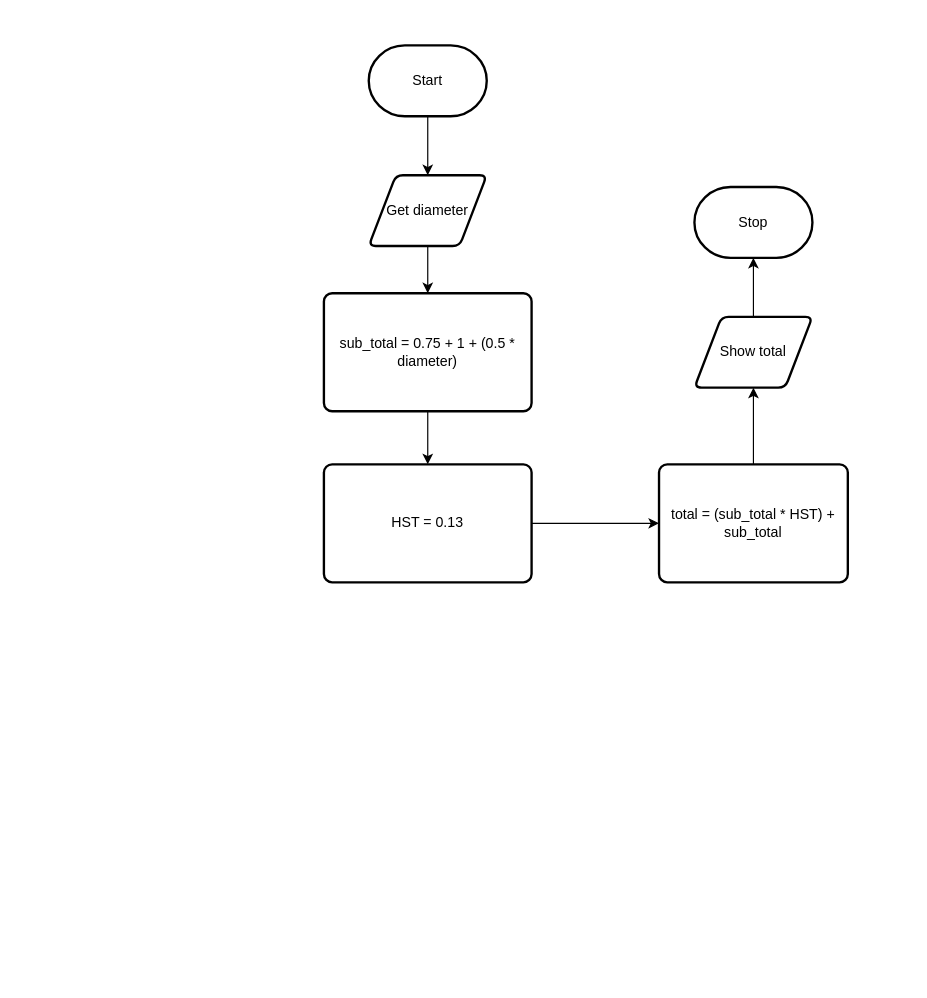
Earlier version of the draw.io diagram flowchart.drawio (michael-clermont1/ICS3U-Unit3-05-Python). Source tidied: cells renumbered, new cells numbered last; positions are measured from the earlier drawing's top-left corner, leaving out a move shared by most shapes. Both pictures are drawn from the tidied source at 118%, with x=0, y=0 at pixel (323, 45).
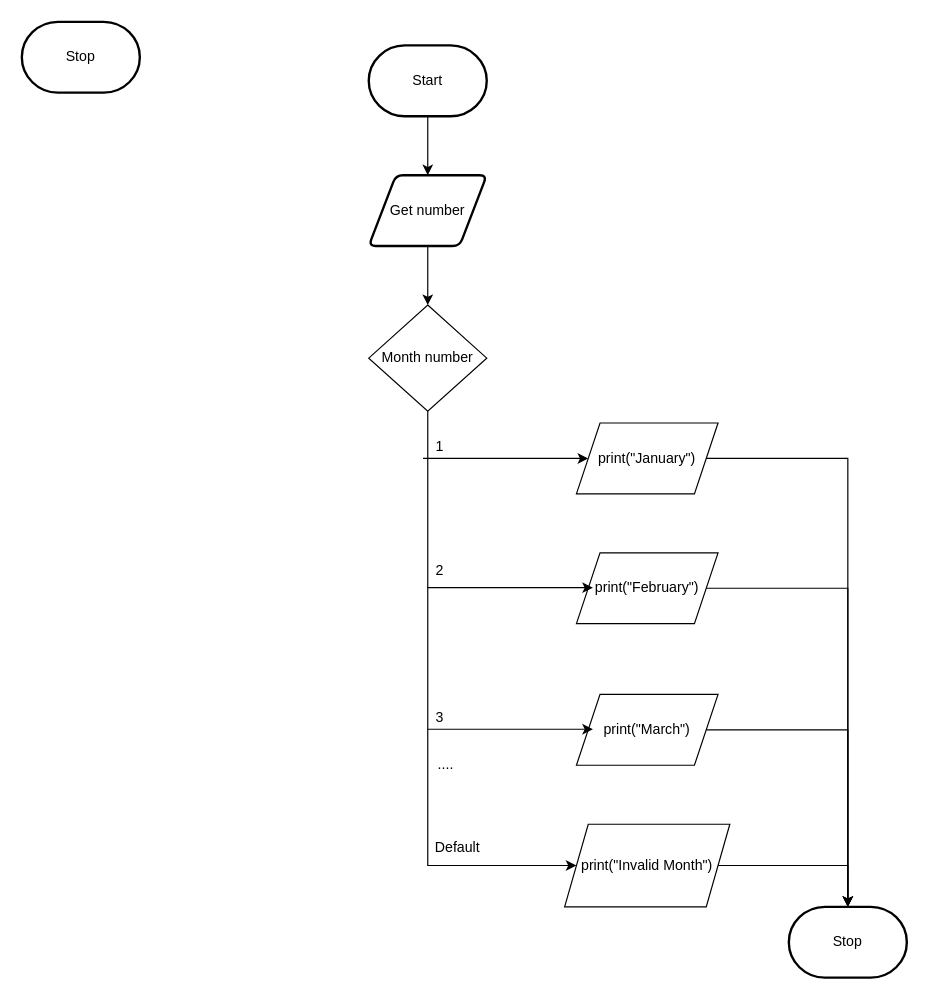
Above is the later version.

Change to the diagram source:
```diff
@@
-    <mxCell id="2" style="edgeStyle=orthogonalEdgeStyle;shape=connector;rounded=0;html=1;entryX=0.5;entryY=0;entryDx=0;entryDy=0;labelBackgroundColor=default;fontFamily=Helvetica;fontSize=11;fontColor=default;endArrow=classic;strokeColor=default;" parent="1" edge="1" source="3" target="7">
-      <mxGeometry relative="1" as="geometry" />
-    </mxCell>
+    <mxCell id="15" style="edgeStyle=orthogonalEdgeStyle;rounded=0;html=1;" parent="1" edge="1" source="3" target="17">
+      <mxGeometry relative="1" as="geometry" />
+    </mxCell>
-    <mxCell id="3" value="Get diameter" style="shape=parallelogram;html=1;strokeWidth=2;perimeter=parallelogramPerimeter;whiteSpace=wrap;rounded=1;arcSize=12;size=0.23;" parent="1" vertex="1">
+    <mxCell id="3" value="Get number" style="shape=parallelogram;html=1;strokeWidth=2;perimeter=parallelogramPerimeter;whiteSpace=wrap;rounded=1;arcSize=12;size=0.23;" parent="1" vertex="1">
       <mxGeometry x="38" y="110" width="100" height="60" as="geometry" />
     </mxCell>
@@
-    <mxCell id="6" style="edgeStyle=orthogonalEdgeStyle;shape=connector;rounded=0;html=1;exitX=0.5;exitY=1;exitDx=0;exitDy=0;entryX=0.5;entryY=0;entryDx=0;entryDy=0;labelBackgroundColor=default;fontFamily=Helvetica;fontSize=11;fontColor=default;endArrow=classic;strokeColor=default;" parent="1" edge="1" source="7" target="9">
-      <mxGeometry relative="1" as="geometry" />
-    </mxCell>
-    <mxCell id="7" value="sub_total = 0.75 + 1 + (0.5 * diameter)" style="rounded=1;whiteSpace=wrap;html=1;absoluteArcSize=1;arcSize=14;strokeWidth=2;" parent="1" vertex="1">
-      <mxGeometry y="210" width="176" height="100" as="geometry" />
-    </mxCell>
-    <mxCell id="8" style="edgeStyle=orthogonalEdgeStyle;shape=connector;rounded=0;html=1;exitX=1;exitY=0.5;exitDx=0;exitDy=0;entryX=0;entryY=0.5;entryDx=0;entryDy=0;labelBackgroundColor=default;fontFamily=Helvetica;fontSize=11;fontColor=default;endArrow=classic;strokeColor=default;" parent="1" edge="1" source="9" target="11">
-      <mxGeometry relative="1" as="geometry" />
-    </mxCell>
-    <mxCell id="9" value="HST = 0.13" style="rounded=1;whiteSpace=wrap;html=1;absoluteArcSize=1;arcSize=14;strokeWidth=2;" parent="1" vertex="1">
-      <mxGeometry y="355" width="176" height="100" as="geometry" />
-    </mxCell>
-    <mxCell id="10" style="edgeStyle=orthogonalEdgeStyle;shape=connector;rounded=0;html=1;exitX=0.5;exitY=0;exitDx=0;exitDy=0;entryX=0.5;entryY=1;entryDx=0;entryDy=0;labelBackgroundColor=default;fontFamily=Helvetica;fontSize=11;fontColor=default;endArrow=classic;strokeColor=default;" parent="1" edge="1" source="11" target="13">
-      <mxGeometry relative="1" as="geometry" />
-    </mxCell>
-    <mxCell id="11" value="total = (sub_total * HST) + sub_total" style="rounded=1;whiteSpace=wrap;html=1;absoluteArcSize=1;arcSize=14;strokeWidth=2;" parent="1" vertex="1">
-      <mxGeometry x="284" y="355" width="160" height="100" as="geometry" />
-    </mxCell>
-    <mxCell id="12" style="edgeStyle=orthogonalEdgeStyle;shape=connector;rounded=0;html=1;exitX=0.5;exitY=0;exitDx=0;exitDy=0;entryX=0.5;entryY=1;entryDx=0;entryDy=0;entryPerimeter=0;labelBackgroundColor=default;fontFamily=Helvetica;fontSize=11;fontColor=default;endArrow=classic;strokeColor=default;" parent="1" edge="1" source="13" target="14">
-      <mxGeometry relative="1" as="geometry" />
-    </mxCell>
-    <mxCell id="13" value="Show total" style="shape=parallelogram;html=1;strokeWidth=2;perimeter=parallelogramPerimeter;whiteSpace=wrap;rounded=1;arcSize=12;size=0.23;" parent="1" vertex="1">
-      <mxGeometry x="314" y="230" width="100" height="60" as="geometry" />
-    </mxCell>
     <mxCell id="14" value="Stop" style="strokeWidth=2;html=1;shape=mxgraph.flowchart.terminator;whiteSpace=wrap;" parent="1" vertex="1">
-      <mxGeometry x="314" y="120" width="100" height="60" as="geometry" />
+      <mxGeometry x="-256" y="-20" width="100" height="60" as="geometry" />
     </mxCell>
+    <mxCell id="16" style="edgeStyle=orthogonalEdgeStyle;html=1;entryX=0;entryY=0.5;entryDx=0;entryDy=0;rounded=0;" parent="1" edge="1" source="17" target="26">
+      <mxGeometry relative="1" as="geometry">
+        <Array as="points">
+          <mxPoint x="88" y="695" />
+        </Array>
+      </mxGeometry>
+    </mxCell>
+    <mxCell id="17" value="Month number" style="rhombus;whiteSpace=wrap;html=1;" parent="1" vertex="1">
+      <mxGeometry x="38" y="220" width="100" height="90" as="geometry" />
+    </mxCell>
+    <mxCell id="18" style="edgeStyle=orthogonalEdgeStyle;rounded=0;html=1;entryX=0;entryY=0.5;entryDx=0;entryDy=0;" parent="1" edge="1" target="20">
+      <mxGeometry relative="1" as="geometry">
+        <mxPoint x="84" y="350" as="sourcePoint" />
+        <Array as="points">
+          <mxPoint x="154" y="350" />
+          <mxPoint x="154" y="350" />
+        </Array>
+      </mxGeometry>
+    </mxCell>
+    <mxCell id="19" style="edgeStyle=orthogonalEdgeStyle;rounded=0;html=1;exitX=1;exitY=0.5;exitDx=0;exitDy=0;entryX=0.5;entryY=0;entryDx=0;entryDy=0;entryPerimeter=0;" parent="1" edge="1" source="20" target="34">
+      <mxGeometry relative="1" as="geometry" />
+    </mxCell>
+    <mxCell id="20" value="print(&quot;January&quot;)" style="shape=parallelogram;perimeter=parallelogramPerimeter;whiteSpace=wrap;html=1;fixedSize=1;" parent="1" vertex="1">
+      <mxGeometry x="214" y="320" width="120" height="60" as="geometry" />
+    </mxCell>
+    <mxCell id="21" style="edgeStyle=orthogonalEdgeStyle;rounded=0;html=1;entryX=0.5;entryY=0;entryDx=0;entryDy=0;entryPerimeter=0;" parent="1" edge="1" source="22" target="34">
+      <mxGeometry relative="1" as="geometry" />
+    </mxCell>
+    <mxCell id="22" value="print(&quot;February&quot;)" style="shape=parallelogram;perimeter=parallelogramPerimeter;whiteSpace=wrap;html=1;fixedSize=1;" parent="1" vertex="1">
+      <mxGeometry x="214" y="430" width="120" height="60" as="geometry" />
+    </mxCell>
+    <mxCell id="23" style="edgeStyle=orthogonalEdgeStyle;rounded=0;html=1;entryX=0.5;entryY=0;entryDx=0;entryDy=0;entryPerimeter=0;" parent="1" edge="1" source="24" target="34">
+      <mxGeometry relative="1" as="geometry" />
+    </mxCell>
+    <mxCell id="24" value="print(&quot;March&quot;)" style="shape=parallelogram;perimeter=parallelogramPerimeter;whiteSpace=wrap;html=1;fixedSize=1;" parent="1" vertex="1">
+      <mxGeometry x="214" y="550" width="120" height="60" as="geometry" />
+    </mxCell>
+    <mxCell id="25" style="edgeStyle=orthogonalEdgeStyle;rounded=0;html=1;entryX=0;entryY=0.5;entryDx=0;entryDy=0;entryPerimeter=0;" parent="1" edge="1" source="26" target="34">
+      <mxGeometry relative="1" as="geometry">
+        <Array as="points">
+          <mxPoint x="444" y="695" />
+          <mxPoint x="444" y="760" />
+        </Array>
+      </mxGeometry>
+    </mxCell>
+    <mxCell id="26" value="print(&quot;Invalid Month&quot;)" style="shape=parallelogram;perimeter=parallelogramPerimeter;whiteSpace=wrap;html=1;fixedSize=1;" parent="1" vertex="1">
+      <mxGeometry x="204" y="660" width="140" height="70" as="geometry" />
+    </mxCell>
+    <mxCell id="27" style="edgeStyle=orthogonalEdgeStyle;rounded=0;html=1;entryX=0;entryY=0.5;entryDx=0;entryDy=0;" parent="1" edge="1">
+      <mxGeometry relative="1" as="geometry">
+        <mxPoint x="88" y="459.5" as="sourcePoint" />
+        <mxPoint x="228" y="459.5" as="targetPoint" />
+      </mxGeometry>
+    </mxCell>
+    <mxCell id="28" style="edgeStyle=orthogonalEdgeStyle;rounded=0;html=1;entryX=0;entryY=0.5;entryDx=0;entryDy=0;" parent="1" edge="1">
+      <mxGeometry relative="1" as="geometry">
+        <mxPoint x="88" y="579.5" as="sourcePoint" />
+        <mxPoint x="228" y="579.5" as="targetPoint" />
+      </mxGeometry>
+    </mxCell>
+    <mxCell id="29" value="1" style="text;html=1;align=center;verticalAlign=middle;strokeColor=none;fillColor=none;" parent="1" vertex="1">
+      <mxGeometry x="88" y="330" width="20" height="20" as="geometry" />
+    </mxCell>
+    <mxCell id="30" value="2" style="text;html=1;align=center;verticalAlign=middle;strokeColor=none;fillColor=none;" parent="1" vertex="1">
+      <mxGeometry x="88" y="435" width="20" height="20" as="geometry" />
+    </mxCell>
+    <mxCell id="31" value="3" style="text;html=1;align=center;verticalAlign=middle;strokeColor=none;fillColor=none;" parent="1" vertex="1">
+      <mxGeometry x="88" y="560" width="20" height="20" as="geometry" />
+    </mxCell>
+    <mxCell id="32" value="Default" style="text;html=1;align=center;verticalAlign=middle;strokeColor=none;fillColor=none;" parent="1" vertex="1">
+      <mxGeometry x="88" y="670" width="50" height="20" as="geometry" />
+    </mxCell>
+    <mxCell id="33" value="...." style="text;html=1;align=center;verticalAlign=middle;strokeColor=none;fillColor=none;" parent="1" vertex="1">
+      <mxGeometry x="88" y="600" width="30" height="20" as="geometry" />
+    </mxCell>
+    <mxCell id="34" value="Stop" style="strokeWidth=2;html=1;shape=mxgraph.flowchart.terminator;whiteSpace=wrap;" parent="1" vertex="1">
+      <mxGeometry x="394" y="730" width="100" height="60" as="geometry" />
+    </mxCell>
```
